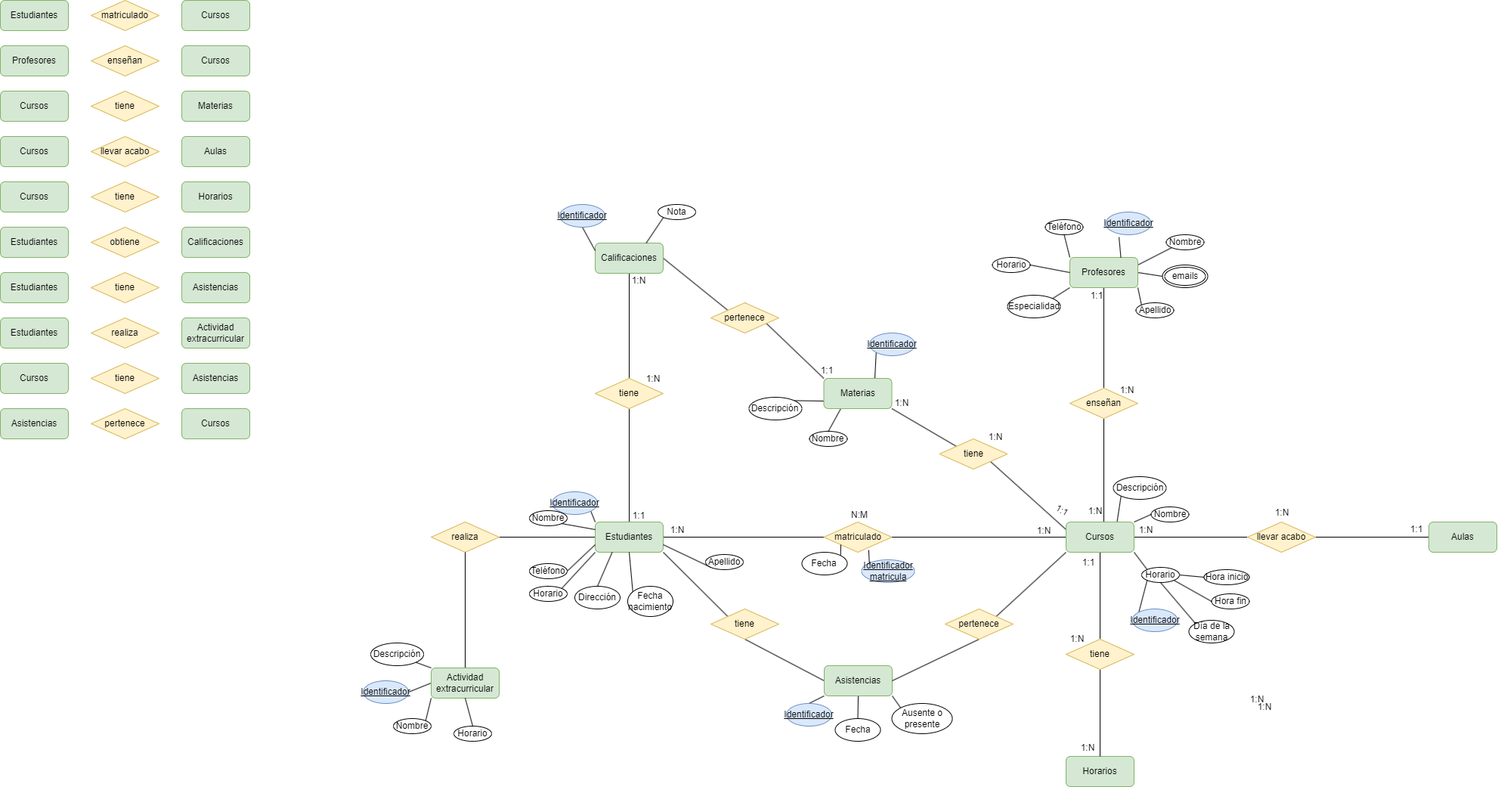
Before: Unidad-1/Tareas/Tareas-evaluables/Tarea-evaluable-1/Ejercicio-evaluable-1.drawio.png, a diagram exported from draw.io (LuisMGlez/base-datos). Source tidied: cells renumbered, new cells last; positions are measured from the earlier drawing's top-left corner, leaving out a move shared by most shapes.
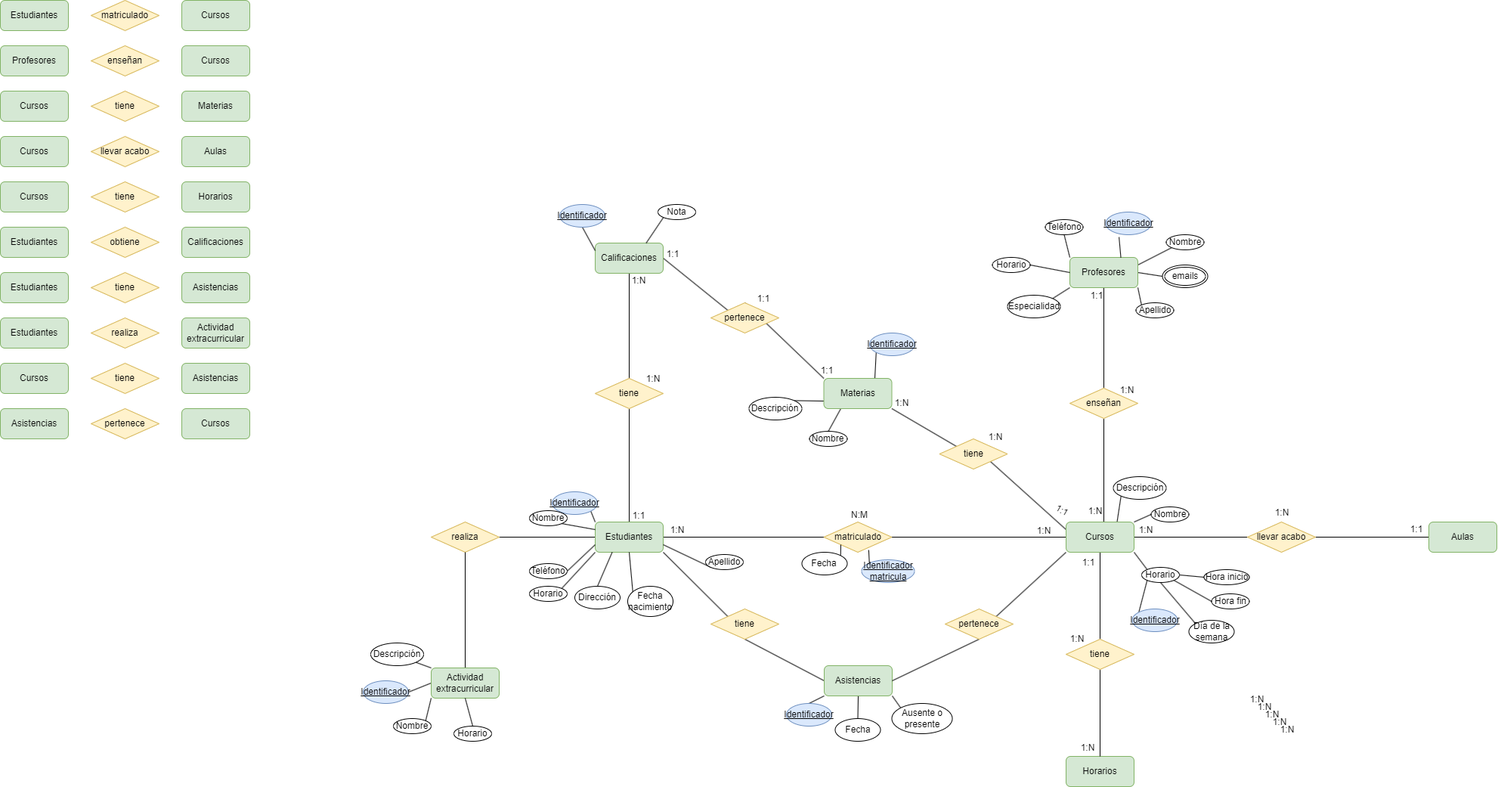
After the commit.

Diff of the diagram source:
```diff
@@ -484,5 +484,20 @@
     <mxCell id="161" value="1:N" style="text;strokeColor=none;align=center;fillColor=none;html=1;verticalAlign=middle;whiteSpace=wrap;rounded=0;" parent="1" vertex="1">
       <mxGeometry x="815" y="356" width="60" height="30" as="geometry" />
     </mxCell>
+    <mxCell id="162" value="1:N" style="text;strokeColor=none;align=center;fillColor=none;html=1;verticalAlign=middle;whiteSpace=wrap;rounded=0;" parent="1" vertex="1">
+      <mxGeometry x="1652.5" y="930" width="60" height="30" as="geometry" />
+    </mxCell>
+    <mxCell id="163" value="1:N" style="text;strokeColor=none;align=center;fillColor=none;html=1;verticalAlign=middle;whiteSpace=wrap;rounded=0;" parent="1" vertex="1">
+      <mxGeometry x="1662.5" y="940" width="60" height="30" as="geometry" />
+    </mxCell>
+    <mxCell id="164" value="1:N" style="text;strokeColor=none;align=center;fillColor=none;html=1;verticalAlign=middle;whiteSpace=wrap;rounded=0;" parent="1" vertex="1">
+      <mxGeometry x="1672.5" y="950" width="60" height="30" as="geometry" />
+    </mxCell>
+    <mxCell id="165" value="1:1" style="text;strokeColor=none;align=center;fillColor=none;html=1;verticalAlign=middle;whiteSpace=wrap;rounded=0;" parent="1" vertex="1">
+      <mxGeometry x="860" y="321" width="60" height="30" as="geometry" />
+    </mxCell>
+    <mxCell id="166" value="1:1" style="text;strokeColor=none;align=center;fillColor=none;html=1;verticalAlign=middle;whiteSpace=wrap;rounded=0;" parent="1" vertex="1">
+      <mxGeometry x="980" y="380" width="60" height="30" as="geometry" />
+    </mxCell>
   </root>
 </mxGraphModel>
```
